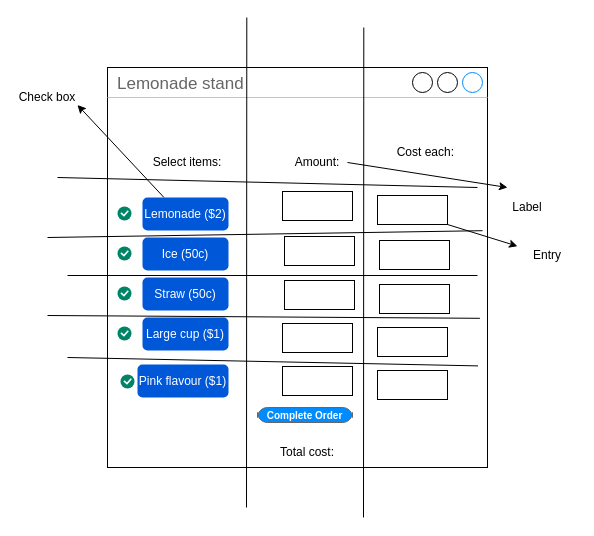
MAL-12DGT-2025/tkinter-projects-oa22010 keeps this draw.io diagram as lemonade.drawio. Above is the earlier version. Source tidied: cells renumbered, new cells numbered last; positions are measured from the earlier drawing's top-left corner, leaving out a move shared by most shapes. Both pictures are drawn from the tidied source at 100%, with x=0, y=0 at pixel (17, 17).
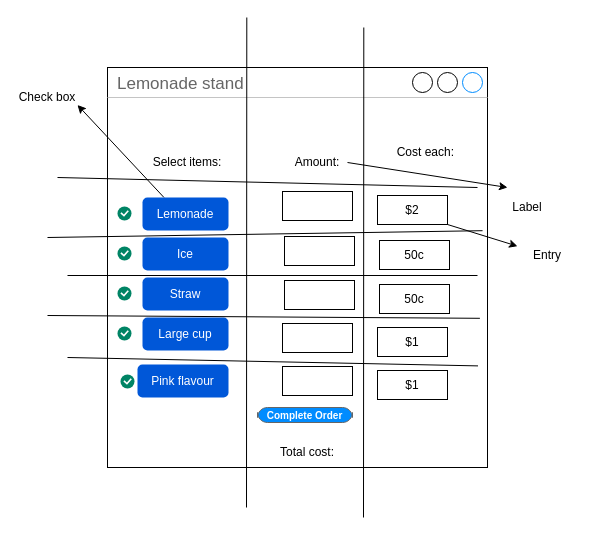
The same page after the edit.

Commit message (it also covers changes not shown here):
Made final edits to drawio files and downloaded png versions and started bible verse GUI

The edit, as a diff of the source:
```diff
@@
-    <mxCell id="5" value="Lemonade ($2)" style="rounded=1;fillColor=#0057D8;align=center;strokeColor=none;html=1;whiteSpace=wrap;fontColor=#ffffff;fontSize=12;sketch=0;" parent="1" vertex="1">
+    <mxCell id="5" value="Lemonade" style="rounded=1;fillColor=#0057D8;align=center;strokeColor=none;html=1;whiteSpace=wrap;fontColor=#ffffff;fontSize=12;sketch=0;" parent="1" vertex="1">
       <mxGeometry x="125" y="180" width="86" height="33" as="geometry" />
     </mxCell>
@@
-    <mxCell id="7" value="Ice (50c)" style="rounded=1;fillColor=#0057D8;align=center;strokeColor=none;html=1;whiteSpace=wrap;fontColor=#ffffff;fontSize=12;sketch=0;" parent="1" vertex="1">
+    <mxCell id="7" value="Ice" style="rounded=1;fillColor=#0057D8;align=center;strokeColor=none;html=1;whiteSpace=wrap;fontColor=#ffffff;fontSize=12;sketch=0;" parent="1" vertex="1">
       <mxGeometry x="125" y="220" width="86" height="33" as="geometry" />
     </mxCell>
@@
-    <mxCell id="9" value="Straw (50c)" style="rounded=1;fillColor=#0057D8;align=center;strokeColor=none;html=1;whiteSpace=wrap;fontColor=#ffffff;fontSize=12;sketch=0;" parent="1" vertex="1">
+    <mxCell id="9" value="Straw" style="rounded=1;fillColor=#0057D8;align=center;strokeColor=none;html=1;whiteSpace=wrap;fontColor=#ffffff;fontSize=12;sketch=0;" parent="1" vertex="1">
       <mxGeometry x="125" y="260" width="86" height="33" as="geometry" />
     </mxCell>
@@
-    <mxCell id="11" value="Large cup ($1)" style="rounded=1;fillColor=#0057D8;align=center;strokeColor=none;html=1;whiteSpace=wrap;fontColor=#ffffff;fontSize=12;sketch=0;" parent="1" vertex="1">
+    <mxCell id="11" value="Large cup" style="rounded=1;fillColor=#0057D8;align=center;strokeColor=none;html=1;whiteSpace=wrap;fontColor=#ffffff;fontSize=12;sketch=0;" parent="1" vertex="1">
       <mxGeometry x="125" y="300" width="86" height="33" as="geometry" />
     </mxCell>
@@
-    <mxCell id="29" value="Pink flavour ($1)" style="rounded=1;fillColor=#0057D8;align=center;strokeColor=none;html=1;whiteSpace=wrap;fontColor=#ffffff;fontSize=12;sketch=0;" parent="1" vertex="1">
+    <mxCell id="29" value="Pink flavour" style="rounded=1;fillColor=#0057D8;align=center;strokeColor=none;html=1;whiteSpace=wrap;fontColor=#ffffff;fontSize=12;sketch=0;" parent="1" vertex="1">
       <mxGeometry x="120" y="347" width="91" height="33" as="geometry" />
     </mxCell>
@@
-    <mxCell id="34" style="rounded=0;whiteSpace=wrap;html=1;" parent="1" vertex="1">
+    <mxCell id="34" value="$2" style="rounded=0;whiteSpace=wrap;html=1;" parent="1" vertex="1">
       <mxGeometry x="360" y="178" width="70" height="29" as="geometry" />
     </mxCell>
-    <mxCell id="35" style="rounded=0;whiteSpace=wrap;html=1;" parent="1" vertex="1">
+    <mxCell id="35" value="50c" style="rounded=0;whiteSpace=wrap;html=1;" parent="1" vertex="1">
       <mxGeometry x="362" y="223" width="70" height="29" as="geometry" />
     </mxCell>
-    <mxCell id="36" style="rounded=0;whiteSpace=wrap;html=1;" parent="1" vertex="1">
+    <mxCell id="36" value="50c" style="rounded=0;whiteSpace=wrap;html=1;" parent="1" vertex="1">
       <mxGeometry x="362" y="267" width="70" height="29" as="geometry" />
     </mxCell>
-    <mxCell id="37" style="rounded=0;whiteSpace=wrap;html=1;" parent="1" vertex="1">
+    <mxCell id="37" value="$1" style="rounded=0;whiteSpace=wrap;html=1;" parent="1" vertex="1">
       <mxGeometry x="360" y="310" width="70" height="29" as="geometry" />
     </mxCell>
-    <mxCell id="38" style="rounded=0;whiteSpace=wrap;html=1;" parent="1" vertex="1">
+    <mxCell id="38" value="$1" style="rounded=0;whiteSpace=wrap;html=1;" parent="1" vertex="1">
       <mxGeometry x="360" y="353" width="70" height="29" as="geometry" />
     </mxCell>
```
